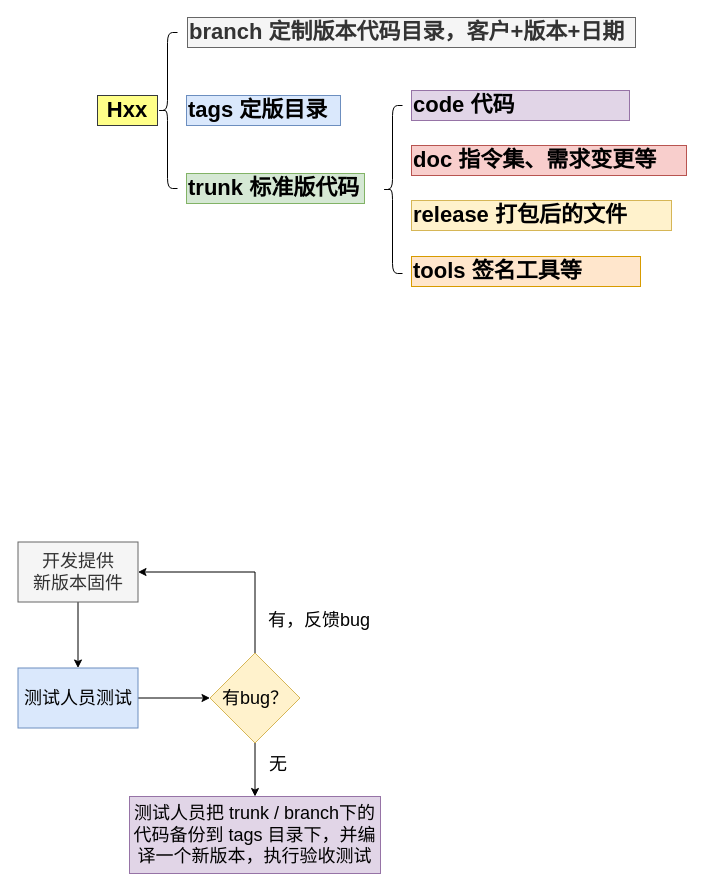
Earlier version of the draw.io diagram eppCompileFlowchart.drawio (yesiya/EppFlowchart). Source tidied: cells renumbered, new cells numbered last; positions are measured from the earlier drawing's top-left corner, leaving out a move shared by most shapes. Both pictures are drawn from the tidied source at 100%, with x=0, y=0 at pixel (17, 17).
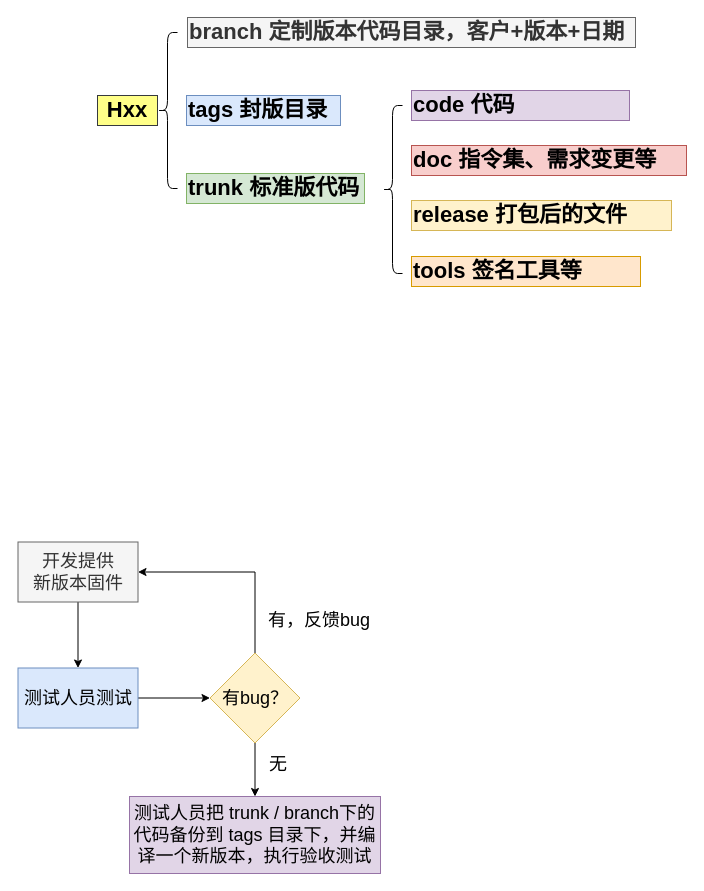
The same diagram, later.

The edit, as a diff of the source:
```diff
@@
-    <mxCell id="5" value="tags 定版目录&lt;br&gt;" style="rounded=0;whiteSpace=wrap;html=1;strokeColor=#6c8ebf;fontSize=22;verticalAlign=middle;align=left;fontStyle=1;fillColor=#dae8fc;" parent="1" vertex="1">
+    <mxCell id="5" value="tags 封版目录&lt;br&gt;" style="rounded=0;whiteSpace=wrap;html=1;strokeColor=#6c8ebf;fontSize=22;verticalAlign=middle;align=left;fontStyle=1;fillColor=#dae8fc;" parent="1" vertex="1">
       <mxGeometry x="169" y="78" width="154" height="30" as="geometry" />
     </mxCell>
```
